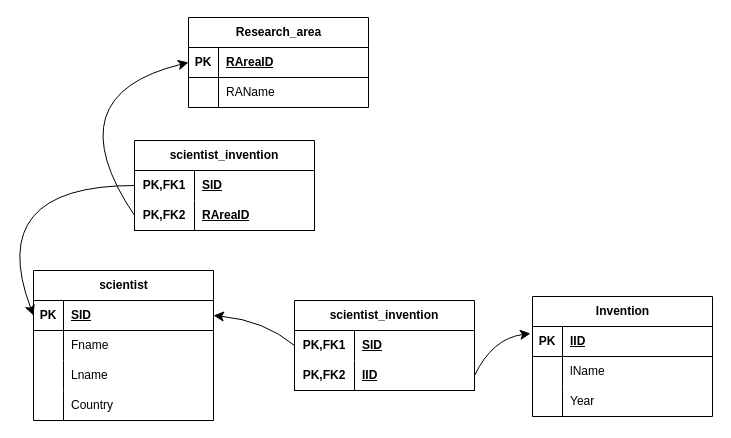
The draw.io diagram RA2A2_act_(1).drawio in victor06-git/Progam_with_Victor, before the edit. Source tidied: cells renumbered, new cells numbered last; positions are measured from the earlier drawing's top-left corner, leaving out a move shared by most shapes. Both pictures are drawn from the tidied source at 100%, with x=0, y=0 at pixel (-16, 17).
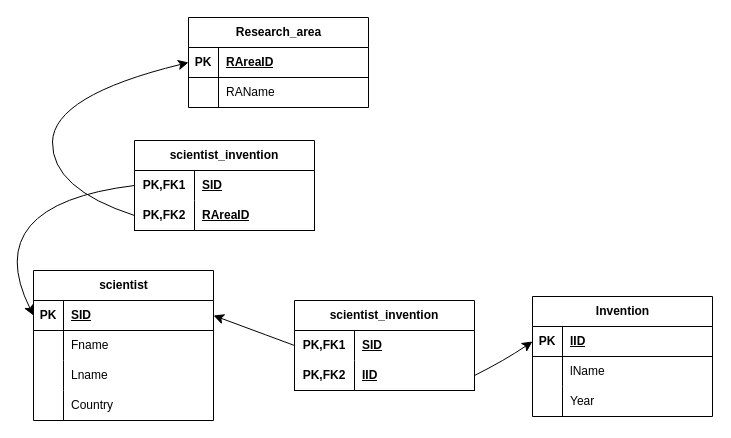
After the change.

Unchanged cells that the change refers to:
```xml
<mxCell id="3" style="shape=tableRow;horizontal=0;startSize=0;swimlaneHead=0;swimlaneBody=0;fillColor=none;points=[[0,0.5],[1,0.5]];portConstraint=eastwest;top=0;left=0;right=0;bottom=1;" parent="2" vertex="1">
  <mxGeometry y="30" width="180" height="30" as="geometry" />
</mxCell>
<mxCell id="16" style="shape=tableRow;horizontal=0;startSize=0;swimlaneHead=0;swimlaneBody=0;fillColor=none;points=[[0,0.5],[1,0.5]];portConstraint=eastwest;top=0;left=0;right=0;bottom=1;" parent="15" vertex="1">
  <mxGeometry y="30" width="180" height="30" as="geometry" />
</mxCell>
<mxCell id="26" style="shape=tableRow;horizontal=0;startSize=0;swimlaneHead=0;swimlaneBody=0;fillColor=none;points=[[0,0.5],[1,0.5]];portConstraint=eastwest;top=0;left=0;right=0;bottom=0;html=1;" parent="25" vertex="1">
  <mxGeometry y="30" width="180" height="30" as="geometry" />
</mxCell>
<mxCell id="29" style="shape=tableRow;horizontal=0;startSize=0;swimlaneHead=0;swimlaneBody=0;fillColor=none;points=[[0,0.5],[1,0.5]];portConstraint=eastwest;top=0;left=0;right=0;bottom=1;html=1;" parent="25" vertex="1">
  <mxGeometry y="60" width="180" height="30" as="geometry" />
</mxCell>
<mxCell id="33" style="shape=tableRow;horizontal=0;startSize=0;swimlaneHead=0;swimlaneBody=0;fillColor=none;points=[[0,0.5],[1,0.5]];portConstraint=eastwest;top=0;left=0;right=0;bottom=0;html=1;" parent="32" vertex="1">
  <mxGeometry y="30" width="180" height="30" as="geometry" />
</mxCell>
<mxCell id="36" style="shape=tableRow;horizontal=0;startSize=0;swimlaneHead=0;swimlaneBody=0;fillColor=none;points=[[0,0.5],[1,0.5]];portConstraint=eastwest;top=0;left=0;right=0;bottom=1;html=1;" parent="32" vertex="1">
  <mxGeometry y="60" width="180" height="30" as="geometry" />
</mxCell>
<mxCell id="40" style="shape=tableRow;horizontal=0;startSize=0;swimlaneHead=0;swimlaneBody=0;fillColor=none;points=[[0,0.5],[1,0.5]];portConstraint=eastwest;top=0;left=0;right=0;bottom=1;" parent="39" vertex="1">
  <mxGeometry y="30" width="180" height="30" as="geometry" />
</mxCell>
```

Diff of the diagram source:
```diff
@@
+    <mxCell id="49" style="edgeStyle=none;curved=1;rounded=0;jettySize=auto;html=1;exitX=0;exitY=0.5;exitDx=0;exitDy=0;entryX=0;entryY=0.5;entryDx=0;entryDy=0;fontSize=12;startSize=8;endSize=8;" parent="1" edge="1" source="36" target="40">
+      <mxGeometry relative="1" as="geometry">
+        <Array as="points">
+          <mxPoint x="67" y="171" />
+          <mxPoint x="69" y="78" />
+        </Array>
+      </mxGeometry>
+    </mxCell>
-    <mxCell id="46" style="edgeStyle=none;curved=1;rounded=0;jettySize=auto;html=1;exitX=1;exitY=0.5;exitDx=0;exitDy=0;entryX=-0.011;entryY=0.233;entryDx=0;entryDy=0;entryPerimeter=0;fontSize=12;startSize=8;endSize=8;" parent="1" edge="1" source="29" target="16">
+    <mxCell id="46" style="endArrow=classic;html=1;rounded=0;fontSize=12;startSize=8;endSize=8;curved=1;exitX=1;exitY=0.5;exitDx=0;exitDy=0;entryX=0;entryY=0.5;entryDx=0;entryDy=0;" parent="1" edge="1" source="29" target="16">
       <mxGeometry relative="1" as="geometry">
         <Array as="points">
-          <mxPoint x="508" y="321" />
+          <mxPoint x="520" y="343" />
         </Array>
       </mxGeometry>
     </mxCell>
-    <mxCell id="47" style="edgeStyle=none;curved=1;rounded=0;jettySize=auto;html=1;exitX=0;exitY=0.5;exitDx=0;exitDy=0;entryX=1;entryY=0.5;entryDx=0;entryDy=0;fontSize=12;startSize=8;endSize=8;" parent="1" edge="1" source="26" target="3">
-      <mxGeometry relative="1" as="geometry">
-        <Array as="points">
-          <mxPoint x="280" y="303" />
-        </Array>
-      </mxGeometry>
+    <mxCell id="47" style="endArrow=classic;html=1;rounded=0;fontSize=12;startSize=8;endSize=8;curved=1;exitX=0;exitY=0.5;exitDx=0;exitDy=0;entryX=1;entryY=0.5;entryDx=0;entryDy=0;" parent="1" edge="1" source="26" target="3">
+      <mxGeometry relative="1" as="geometry" />
     </mxCell>
-    <mxCell id="48" style="endArrow=classic;html=1;rounded=0;fontSize=12;startSize=8;endSize=8;curved=1;exitX=0;exitY=0.5;exitDx=0;exitDy=0;entryX=0;entryY=0.5;entryDx=0;entryDy=0;" parent="1" edge="1" source="33" target="3">
+    <mxCell id="48" style="edgeStyle=none;curved=1;rounded=0;jettySize=auto;html=1;exitX=0;exitY=0.5;exitDx=0;exitDy=0;entryX=0;entryY=0.5;entryDx=0;entryDy=0;fontSize=12;startSize=8;endSize=8;" parent="1" edge="1" source="33" target="3">
       <mxGeometry relative="1" as="geometry">
         <Array as="points">
-          <mxPoint y="168" />
+          <mxPoint x="-6" y="187" />
         </Array>
       </mxGeometry>
     </mxCell>
-    <mxCell id="49" style="edgeStyle=none;curved=1;rounded=0;jettySize=auto;html=1;exitX=0;exitY=0.5;exitDx=0;exitDy=0;entryX=0;entryY=0.5;entryDx=0;entryDy=0;fontSize=12;startSize=8;endSize=8;" parent="1" edge="1" source="36" target="40">
-      <mxGeometry relative="1" as="geometry">
-        <Array as="points">
-          <mxPoint x="69" y="78" />
-        </Array>
-      </mxGeometry>
-    </mxCell>
```
